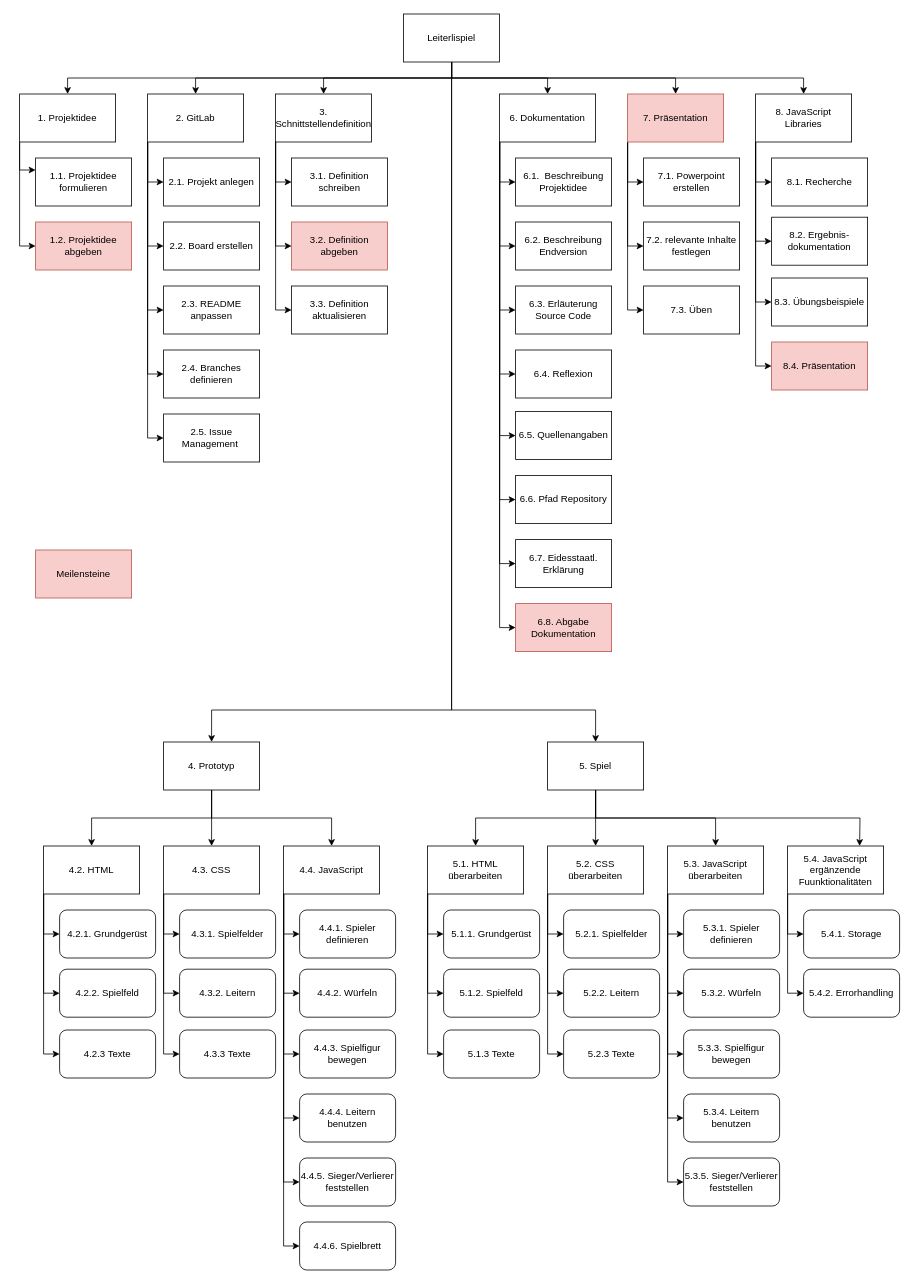
Earlier version of the draw.io diagram documents/Projektmanagement/PSP.drawio (anna-staub/leiterlispiel). Source tidied: cells renumbered, new cells numbered last; positions are measured from the earlier drawing's top-left corner, leaving out a move shared by most shapes. Both pictures are drawn from the tidied source at 80%, with x=0, y=0 at pixel (19, 14).
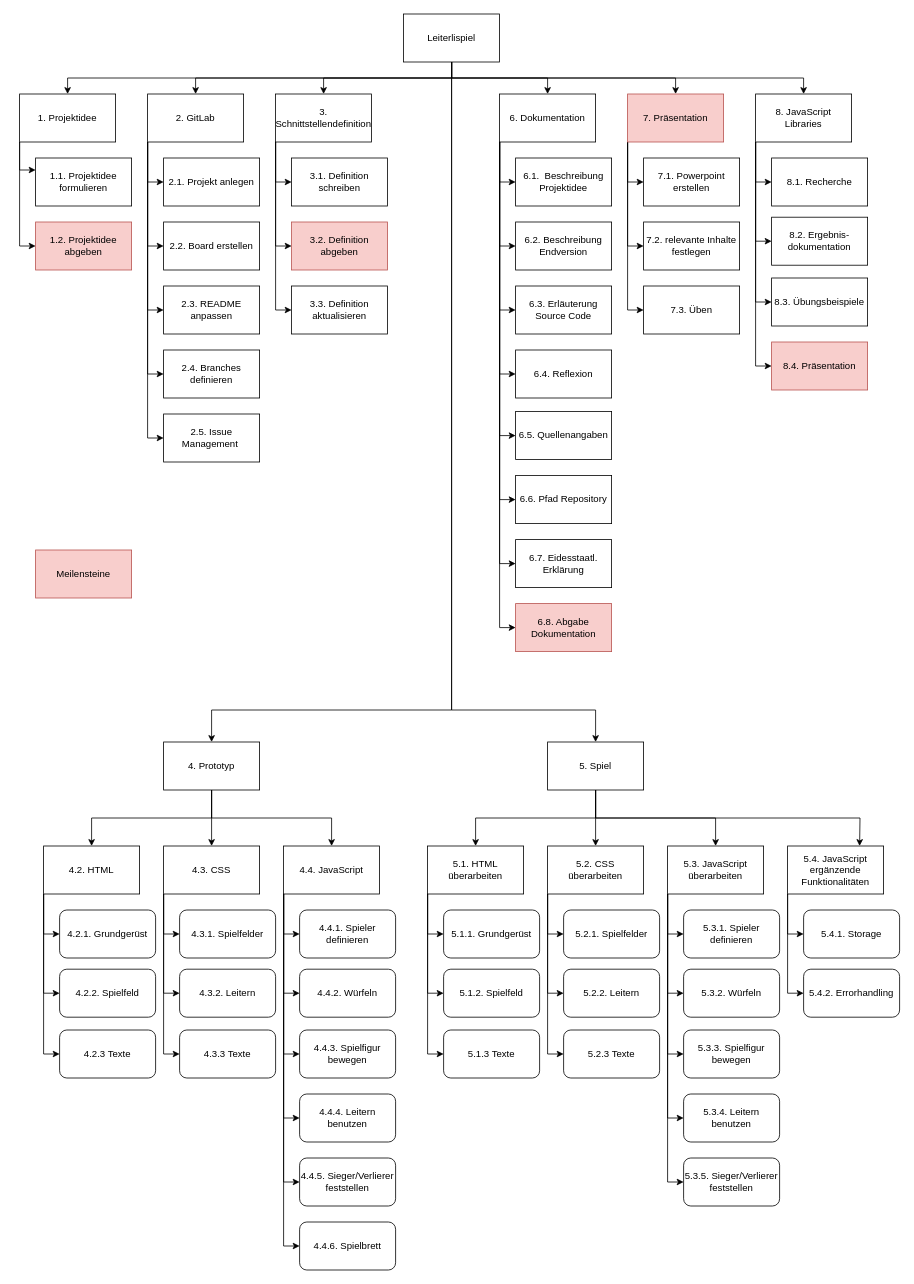
Above is the later version.

Diff of the diagram source:
```diff
@@
-    <mxCell id="131" value="5.4. JavaScript ergänzende Fuunktionalitäten" style="rounded=0;whiteSpace=wrap;html=1;" parent="1" vertex="1">
+    <mxCell id="131" value="5.4. JavaScript ergänzende Funktionalitäten" style="rounded=0;whiteSpace=wrap;html=1;" parent="1" vertex="1">
       <mxGeometry x="960" y="1040" width="120" height="60" as="geometry" />
     </mxCell>
```
